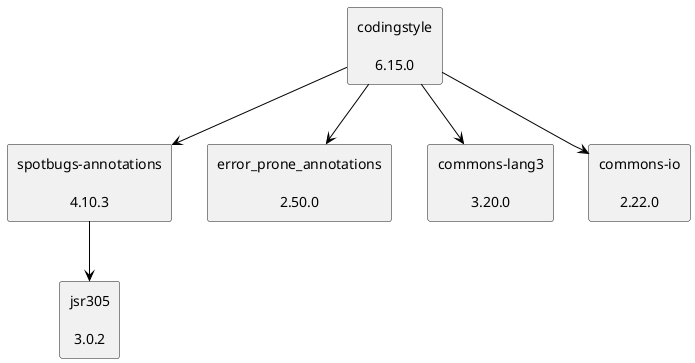
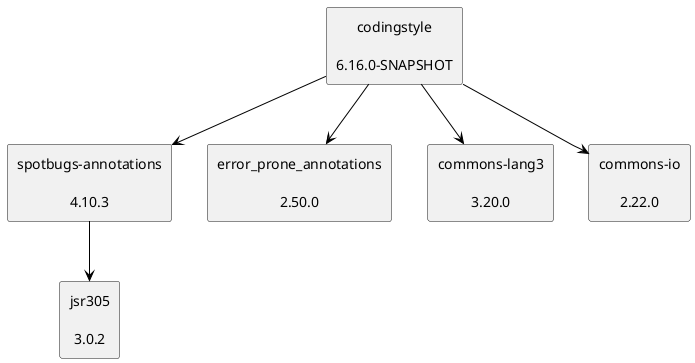
@startuml
skinparam defaultTextAlignment center
skinparam rectangle {
  BackgroundColor<<optional>> beige
  BackgroundColor<<test>> lightGreen
  BackgroundColor<<runtime>> lightBlue
  BackgroundColor<<provided>> lightGray
}
rectangle "spotbugs-annotations\n\n4.10.3" as com_github_spotbugs_spotbugs_annotations_jar
rectangle "jsr305\n\n3.0.2" as com_google_code_findbugs_jsr305_jar
- rectangle "codingstyle\n\n6.15.0" as edu_hm_hafner_codingstyle_jar
+ rectangle "codingstyle\n\n6.16.0-SNAPSHOT" as edu_hm_hafner_codingstyle_jar
rectangle "error_prone_annotations\n\n2.50.0" as com_google_errorprone_error_prone_annotations_jar
rectangle "commons-lang3\n\n3.20.0" as org_apache_commons_commons_lang3_jar
rectangle "commons-io\n\n2.22.0" as commons_io_commons_io_jar
com_github_spotbugs_spotbugs_annotations_jar -[#000000]-> com_google_code_findbugs_jsr305_jar
edu_hm_hafner_codingstyle_jar -[#000000]-> com_github_spotbugs_spotbugs_annotations_jar
edu_hm_hafner_codingstyle_jar -[#000000]-> com_google_errorprone_error_prone_annotations_jar
edu_hm_hafner_codingstyle_jar -[#000000]-> org_apache_commons_commons_lang3_jar
edu_hm_hafner_codingstyle_jar -[#000000]-> commons_io_commons_io_jar
@enduml